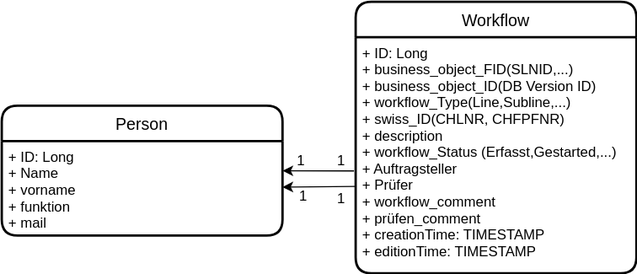
The draw.io diagram workflow/documentation/workflow-service-db.drawio.svg in SchweizerischeBundesbahnen/atlas, before a commit. Source tidied: cells renumbered, new cells last; positions are measured from the earlier drawing's top-left corner, leaving out a move shared by most shapes. Source of this version:
```xml
<mxGraphModel>
  <root>
    <mxCell id="0" />
    <mxCell id="1" parent="0" />
    <mxCell id="2" value="Workflow" style="swimlane;horizontal=1;startSize=30;rounded=1;fontSize=14;fontStyle=0;strokeWidth=2;shadow=0;dashed=0;align=center;" parent="1" vertex="1">
      <mxGeometry x="300" width="238" height="230" as="geometry" />
    </mxCell>
    <mxCell id="3" value="+ ID: Long&#10;+ business_object_FID(SLNID,...)&#10;+ business_object_ID(DB Version ID)&#10;+ workflow_Type(Line,Subline,...)&#10;+ swiss_ID(CHLNR, CHFPFNR)&#10;+ description&#10;+ workflow_Status (Erfasst,Gestarted,...)&#10;+ Auftragsteller&#10;+ Prüfer&#10;+ workflow_comment&#10;+ prüfen_comment&#10;+ creationTime: TIMESTAMP&#10;+ editionTime: TIMESTAMP&#10;" style="align=left;strokeColor=none;fillColor=none;spacingLeft=4;fontSize=12;verticalAlign=top;" parent="2" vertex="1">
      <mxGeometry y="30" width="238" height="200" as="geometry" />
    </mxCell>
    <mxCell id="4" value="Person" style="swimlane;horizontal=1;startSize=30;rounded=1;fontSize=14;fontStyle=0;strokeWidth=2;shadow=0;dashed=0;align=center;" parent="1" vertex="1">
      <mxGeometry y="88" width="238" height="110" as="geometry" />
    </mxCell>
    <mxCell id="5" value="+ ID: Long&#10;+ Name&#10;+ vorname&#10;+ funktion&#10;+ mail" style="align=left;strokeColor=none;fillColor=none;spacingLeft=4;fontSize=12;verticalAlign=top;" parent="4" vertex="1">
      <mxGeometry y="30" width="238" height="80" as="geometry" />
    </mxCell>
    <mxCell id="6" style="endArrow=classic;html=1;rounded=0;exitX=-0.006;exitY=0.566;exitDx=0;exitDy=0;exitPerimeter=0;" parent="1" edge="1" source="3" target="4">
      <mxGeometry relative="1" as="geometry" />
    </mxCell>
    <mxCell id="7" style="endArrow=classic;html=1;rounded=0;exitX=0.002;exitY=0.632;exitDx=0;exitDy=0;exitPerimeter=0;" parent="1" edge="1" source="3" target="5">
      <mxGeometry relative="1" as="geometry" />
    </mxCell>
    <mxCell id="8" value="1" style="text;html=1;strokeColor=none;fillColor=none;align=center;verticalAlign=middle;whiteSpace=wrap;rounded=0;" parent="1" vertex="1">
      <mxGeometry x="249" y="130" width="10" height="10" as="geometry" />
    </mxCell>
    <mxCell id="9" value="1" style="text;html=1;strokeColor=none;fillColor=none;align=center;verticalAlign=middle;whiteSpace=wrap;rounded=0;" parent="1" vertex="1">
      <mxGeometry x="251" y="160" width="10" height="10" as="geometry" />
    </mxCell>
    <mxCell id="10" value="1" style="text;html=1;strokeColor=none;fillColor=none;align=center;verticalAlign=middle;whiteSpace=wrap;rounded=0;" parent="1" vertex="1">
      <mxGeometry x="283" y="130" width="10" height="10" as="geometry" />
    </mxCell>
    <mxCell id="11" value="1" style="text;html=1;strokeColor=none;fillColor=none;align=center;verticalAlign=middle;whiteSpace=wrap;rounded=0;" parent="1" vertex="1">
      <mxGeometry x="283" y="162" width="10" height="10" as="geometry" />
    </mxCell>
  </root>
</mxGraphModel>
```
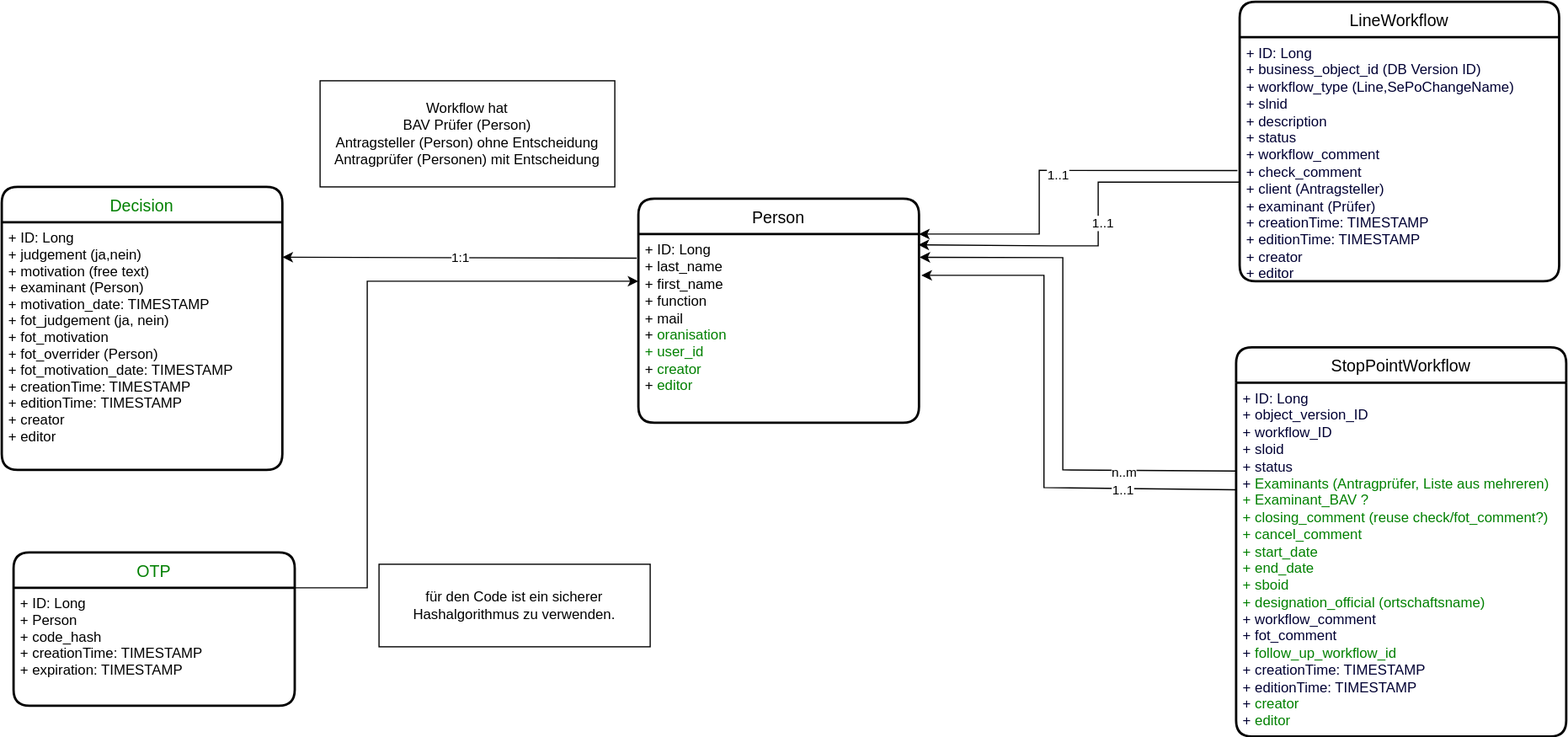
The same diagram one commit later.

Change to the diagram source:
```diff
@@ -2,35 +2,101 @@
   <root>
     <mxCell id="0" />
     <mxCell id="1" parent="0" />
-    <mxCell id="2" value="Workflow" style="swimlane;horizontal=1;startSize=30;rounded=1;fontSize=14;fontStyle=0;strokeWidth=2;shadow=0;dashed=0;align=center;" parent="1" vertex="1">
-      <mxGeometry x="300" width="238" height="230" as="geometry" />
-    </mxCell>
-    <mxCell id="3" value="+ ID: Long&#10;+ business_object_FID(SLNID,...)&#10;+ business_object_ID(DB Version ID)&#10;+ workflow_Type(Line,Subline,...)&#10;+ swiss_ID(CHLNR, CHFPFNR)&#10;+ description&#10;+ workflow_Status (Erfasst,Gestarted,...)&#10;+ Auftragsteller&#10;+ Prüfer&#10;+ workflow_comment&#10;+ prüfen_comment&#10;+ creationTime: TIMESTAMP&#10;+ editionTime: TIMESTAMP&#10;" style="align=left;strokeColor=none;fillColor=none;spacingLeft=4;fontSize=12;verticalAlign=top;" parent="2" vertex="1">
-      <mxGeometry y="30" width="238" height="200" as="geometry" />
-    </mxCell>
+    <mxCell id="12" value="StopPointWorkflow" style="swimlane;horizontal=1;startSize=30;rounded=1;fontSize=14;fontStyle=0;strokeWidth=2;shadow=0;dashed=0;align=center;" parent="1" vertex="1">
+      <mxGeometry x="507" y="214" width="280" height="330" as="geometry" />
+    </mxCell>
+    <mxCell id="13" value="+ ID: Long&lt;div&gt;+ object_version_ID&lt;br&gt;+ workflow_ID&lt;/div&gt;&lt;div&gt;+ sloid&lt;br&gt;+ status&lt;br&gt;&lt;div&gt;+ &lt;font color=&quot;#008000&quot;&gt;Examinants (Antragprüfer, Liste aus mehreren)&lt;/font&gt;&lt;/div&gt;&lt;div&gt;&lt;font color=&quot;#008000&quot;&gt;+ Examinant_BAV ?&lt;/font&gt;&lt;/div&gt;&lt;div&gt;&lt;font color=&quot;#008000&quot;&gt;+ closing_comment (reuse check/fot_comment?)&lt;br&gt;&lt;/font&gt;&lt;div&gt;&lt;font color=&quot;#008000&quot;&gt;+ cancel_comment&lt;/font&gt;&lt;/div&gt;&lt;font color=&quot;#008000&quot;&gt;+ start_date&lt;/font&gt;&lt;font color=&quot;#008000&quot;&gt;&lt;br&gt;&lt;/font&gt;&lt;div&gt;&lt;font color=&quot;#008000&quot;&gt;+ end_date&lt;/font&gt;&lt;font color=&quot;#008000&quot;&gt;&lt;br&gt;&lt;/font&gt;&lt;div&gt;&lt;font color=&quot;#008000&quot;&gt;+ sboid&lt;/font&gt;&lt;/div&gt;&lt;/div&gt;&lt;/div&gt;&lt;div&gt;&lt;font color=&quot;#008000&quot;&gt;+ designation_official (ortschaftsname)&lt;/font&gt;&lt;/div&gt;+ workflow_comment&lt;br&gt;&lt;div&gt;+ fot_comment&lt;/div&gt;&lt;div&gt;+ &lt;font color=&quot;#008000&quot;&gt;follow_up_workflow_id&lt;/font&gt;&lt;br&gt;&lt;/div&gt;+ creationTime: TIMESTAMP&lt;br&gt;+ editionTime: TIMESTAMP&lt;br&gt;+ &lt;font color=&quot;#008000&quot; style=&quot;font-size: 12px;&quot;&gt;creator&lt;/font&gt;&lt;br&gt;+ &lt;font color=&quot;#008000&quot;&gt;editor&lt;/font&gt;&lt;/div&gt;" style="align=left;strokeColor=none;fillColor=none;spacingLeft=4;fontSize=12;verticalAlign=top;fontColor=#000033;html=1;" parent="12" vertex="1">
+      <mxGeometry y="30" width="280" height="300" as="geometry" />
+    </mxCell>
     <mxCell id="4" value="Person" style="swimlane;horizontal=1;startSize=30;rounded=1;fontSize=14;fontStyle=0;strokeWidth=2;shadow=0;dashed=0;align=center;" parent="1" vertex="1">
-      <mxGeometry y="88" width="238" height="110" as="geometry" />
+      <mxGeometry y="88" width="238" height="190" as="geometry" />
     </mxCell>
-    <mxCell id="5" value="+ ID: Long&#10;+ Name&#10;+ vorname&#10;+ funktion&#10;+ mail" style="align=left;strokeColor=none;fillColor=none;spacingLeft=4;fontSize=12;verticalAlign=top;" parent="4" vertex="1">
-      <mxGeometry y="30" width="238" height="80" as="geometry" />
-    </mxCell>
-    <mxCell id="6" style="endArrow=classic;html=1;rounded=0;exitX=-0.006;exitY=0.566;exitDx=0;exitDy=0;exitPerimeter=0;" parent="1" edge="1" source="3" target="4">
-      <mxGeometry relative="1" as="geometry" />
-    </mxCell>
-    <mxCell id="7" style="endArrow=classic;html=1;rounded=0;exitX=0.002;exitY=0.632;exitDx=0;exitDy=0;exitPerimeter=0;" parent="1" edge="1" source="3" target="5">
-      <mxGeometry relative="1" as="geometry" />
-    </mxCell>
-    <mxCell id="8" value="1" style="text;html=1;strokeColor=none;fillColor=none;align=center;verticalAlign=middle;whiteSpace=wrap;rounded=0;" parent="1" vertex="1">
-      <mxGeometry x="249" y="130" width="10" height="10" as="geometry" />
-    </mxCell>
-    <mxCell id="9" value="1" style="text;html=1;strokeColor=none;fillColor=none;align=center;verticalAlign=middle;whiteSpace=wrap;rounded=0;" parent="1" vertex="1">
-      <mxGeometry x="251" y="160" width="10" height="10" as="geometry" />
-    </mxCell>
-    <mxCell id="10" value="1" style="text;html=1;strokeColor=none;fillColor=none;align=center;verticalAlign=middle;whiteSpace=wrap;rounded=0;" parent="1" vertex="1">
-      <mxGeometry x="283" y="130" width="10" height="10" as="geometry" />
-    </mxCell>
-    <mxCell id="11" value="1" style="text;html=1;strokeColor=none;fillColor=none;align=center;verticalAlign=middle;whiteSpace=wrap;rounded=0;" parent="1" vertex="1">
-      <mxGeometry x="283" y="162" width="10" height="10" as="geometry" />
-    </mxCell>
+    <mxCell id="14" value="+ ID: Long&lt;br&gt;+ last_name&lt;br&gt;+ first_name&lt;br&gt;+ function&lt;br&gt;+ mail&lt;br&gt;&lt;div&gt;+ &lt;font color=&quot;#008000&quot;&gt;oranisation&lt;/font&gt;&lt;/div&gt;&lt;div&gt;&lt;font color=&quot;#008000&quot;&gt;+ user_id&lt;br&gt;&lt;/font&gt;&lt;/div&gt;&lt;div&gt;+ &lt;font color=&quot;#008000&quot; style=&quot;font-size: 12px;&quot;&gt;creator&lt;/font&gt;&lt;br&gt;+ &lt;font color=&quot;#008000&quot;&gt;editor&lt;/font&gt;&lt;/div&gt;" style="align=left;strokeColor=none;fillColor=none;spacingLeft=4;fontSize=12;verticalAlign=top;fontColor=#000000;html=1;" parent="4" vertex="1">
+      <mxGeometry y="30" width="238" height="160" as="geometry" />
+    </mxCell>
+    <mxCell id="15" value="Decision" style="swimlane;horizontal=1;startSize=30;rounded=1;fontSize=14;fontStyle=0;strokeWidth=2;shadow=0;dashed=0;align=center;fontColor=#008000;" parent="1" vertex="1">
+      <mxGeometry x="-540" y="78" width="238" height="240" as="geometry" />
+    </mxCell>
+    <mxCell id="16" value="+ ID: Long&#10;+ judgement (ja,nein)&#10;+ motivation (free text)&#10;+ examinant (Person)&#10;+ motivation_date: TIMESTAMP&#10;+ fot_judgement (ja, nein)&#10;+ fot_motivation&#10;+ fot_overrider (Person)&#10;+ fot_motivation_date: TIMESTAMP&#10;+ creationTime: TIMESTAMP&#10;+ editionTime: TIMESTAMP&#10;+ creator&#10;+ editor&#10;" style="align=left;strokeColor=none;fillColor=none;spacingLeft=4;fontSize=12;verticalAlign=top;" parent="15" vertex="1">
+      <mxGeometry y="30" width="238" height="210" as="geometry" />
+    </mxCell>
+    <mxCell id="17" value="OTP" style="swimlane;horizontal=1;startSize=30;rounded=1;fontSize=14;fontStyle=0;strokeWidth=2;shadow=0;dashed=0;align=center;fontColor=#008000;" parent="1" vertex="1">
+      <mxGeometry x="-530" y="388" width="238.5" height="130" as="geometry" />
+    </mxCell>
+    <mxCell id="18" value="+ ID: Long&#10;+ Person&#10;+ code_hash&#10;+ creationTime: TIMESTAMP&#10;+ expiration: TIMESTAMP&#10;" style="align=left;strokeColor=none;fillColor=none;spacingLeft=4;fontSize=12;verticalAlign=top;" parent="17" vertex="1">
+      <mxGeometry y="30" width="238.5" height="100" as="geometry" />
+    </mxCell>
+    <mxCell id="19" value="&lt;div&gt;1:1&lt;/div&gt;" style="endArrow=classic;html=1;rounded=0;exitX=-0.006;exitY=0.128;exitDx=0;exitDy=0;exitPerimeter=0;entryX=1;entryY=0.141;entryDx=0;entryDy=0;entryPerimeter=0;" parent="1" edge="1" source="14" target="16">
+      <mxGeometry relative="1" as="geometry" />
+    </mxCell>
+    <mxCell id="20" style="endArrow=classic;html=1;rounded=0;exitX=1;exitY=0;exitDx=0;exitDy=0;entryX=0;entryY=0.25;entryDx=0;entryDy=0;" parent="1" edge="1" source="18" target="14">
+      <mxGeometry relative="1" as="geometry">
+        <Array as="points">
+          <mxPoint x="-230" y="418" />
+          <mxPoint x="-230" y="158" />
+        </Array>
+      </mxGeometry>
+    </mxCell>
+    <mxCell id="21" value="&lt;div&gt;Workflow hat&lt;/div&gt;&lt;div&gt;BAV Prüfer (Person)&lt;/div&gt;&lt;div&gt;Antragsteller (Person) ohne Entscheidung&lt;/div&gt;&lt;div&gt;Antragprüfer (Personen) mit Entscheidung&lt;br&gt;&lt;/div&gt;" style="rounded=0;whiteSpace=wrap;html=1;" parent="1" vertex="1">
+      <mxGeometry x="-270" y="-12" width="250" height="90" as="geometry" />
+    </mxCell>
+    <mxCell id="22" value="für den Code ist ein sicherer Hashalgorithmus zu verwenden." style="rounded=0;whiteSpace=wrap;html=1;" parent="1" vertex="1">
+      <mxGeometry x="-220" y="398" width="230" height="70" as="geometry" />
+    </mxCell>
+    <mxCell id="23" style="endArrow=classic;html=1;rounded=0;exitX=-0.007;exitY=0.561;exitDx=0;exitDy=0;exitPerimeter=0;entryX=1;entryY=0;entryDx=0;entryDy=0;" parent="1" edge="1" target="14">
+      <mxGeometry relative="1" as="geometry">
+        <mxPoint x="508.1" y="64.1" as="sourcePoint" />
+        <Array as="points">
+          <mxPoint x="340" y="64" />
+          <mxPoint x="340" y="118" />
+        </Array>
+      </mxGeometry>
+    </mxCell>
+    <mxCell id="24" value="1..1" style="edgeLabel;html=1;align=center;verticalAlign=middle;" parent="23" vertex="1">
+      <mxGeometry x="-0.06" y="3" relative="1" as="geometry" />
+    </mxCell>
+    <mxCell id="25" style="endArrow=classic;html=1;rounded=0;entryX=0.998;entryY=0.057;entryDx=0;entryDy=0;entryPerimeter=0;" parent="1" edge="1" target="14">
+      <mxGeometry relative="1" as="geometry">
+        <mxPoint x="510" y="74" as="sourcePoint" />
+        <Array as="points">
+          <mxPoint x="430" y="74" />
+          <mxPoint x="390" y="74" />
+          <mxPoint x="390" y="128" />
+          <mxPoint x="350" y="128" />
+        </Array>
+      </mxGeometry>
+    </mxCell>
+    <mxCell id="26" value="1..1" style="edgeLabel;html=1;align=center;verticalAlign=middle;" parent="25" vertex="1">
+      <mxGeometry x="-0.06" y="3" relative="1" as="geometry" />
+    </mxCell>
+    <mxCell id="27" style="endArrow=classic;html=1;rounded=0;exitX=0;exitY=0.25;exitDx=0;exitDy=0;entryX=1.002;entryY=0.123;entryDx=0;entryDy=0;entryPerimeter=0;" parent="1" edge="1" source="13" target="14">
+      <mxGeometry relative="1" as="geometry">
+        <Array as="points">
+          <mxPoint x="360" y="318" />
+          <mxPoint x="360" y="138" />
+        </Array>
+      </mxGeometry>
+    </mxCell>
+    <mxCell id="28" value="n..m" style="edgeLabel;html=1;align=center;verticalAlign=middle;" parent="27" vertex="1">
+      <mxGeometry x="-0.57" y="1" relative="1" as="geometry" />
+    </mxCell>
+    <mxCell id="29" style="endArrow=classic;html=1;rounded=0;exitX=-0.002;exitY=0.303;exitDx=0;exitDy=0;exitPerimeter=0;" parent="1" edge="1" source="13">
+      <mxGeometry relative="1" as="geometry">
+        <mxPoint x="240" y="153" as="targetPoint" />
+        <Array as="points">
+          <mxPoint x="344" y="333" />
+          <mxPoint x="344" y="153" />
+        </Array>
+      </mxGeometry>
+    </mxCell>
+    <mxCell id="30" value="1..1" style="edgeLabel;html=1;align=center;verticalAlign=middle;" parent="29" vertex="1">
+      <mxGeometry x="-0.57" y="1" relative="1" as="geometry" />
+    </mxCell>
+    <mxCell id="31" value="LineWorkflow" style="swimlane;horizontal=1;startSize=30;rounded=1;fontSize=14;fontStyle=0;strokeWidth=2;shadow=0;dashed=0;align=center;" parent="1" vertex="1">
+      <mxGeometry x="510" y="-79" width="271" height="237" as="geometry" />
+    </mxCell>
+    <mxCell id="32" value="+ ID: Long&lt;br&gt;+ business_object_id (DB Version ID)&lt;br&gt;+ workflow_type (Line,SePoChangeName)&lt;br&gt;+ slnid&lt;br&gt;+ description&lt;br&gt;+ status&lt;div&gt;+ workflow_comment&lt;br&gt;&lt;/div&gt;&lt;div&gt;+&amp;nbsp;&lt;span style=&quot;background-color: initial;&quot;&gt;check_comment&lt;/span&gt;&lt;/div&gt;&lt;div&gt;+ client (Antragsteller)&lt;/div&gt;&lt;div&gt;+ examinant (Prüfer)&lt;/div&gt;&lt;div&gt;+ creationTime: TIMESTAMP&lt;br&gt;+ editionTime: TIMESTAMP&lt;/div&gt;&lt;div&gt;+ creator&lt;/div&gt;&lt;div&gt;+ editor&lt;br&gt;&lt;div&gt;&lt;br&gt;&lt;/div&gt;&lt;/div&gt;" style="align=left;strokeColor=none;fillColor=none;spacingLeft=4;fontSize=12;verticalAlign=top;fontColor=#000033;html=1;" parent="31" vertex="1">
+      <mxGeometry y="30" width="271" height="207" as="geometry" />
+    </mxCell>
   </root>
 </mxGraphModel>
```
